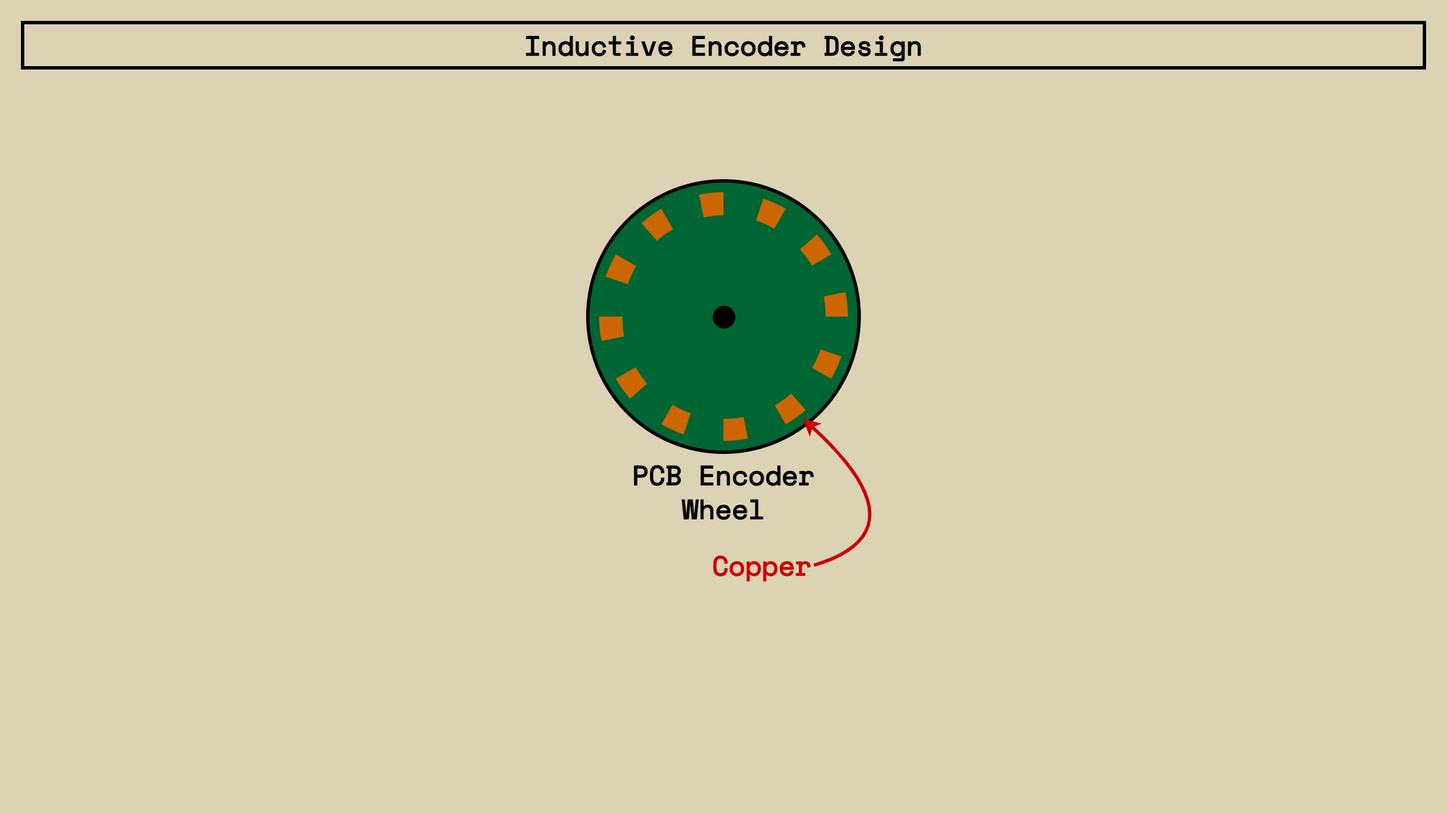
Before: diagrams/episode 1/episode 1-inductive encoder idea.drawio.png, a diagram exported from draw.io (jay-maybe/robot). Source tidied: cells renumbered, new cells last; positions are measured from the earlier drawing's top-left corner, leaving out a move shared by most shapes.
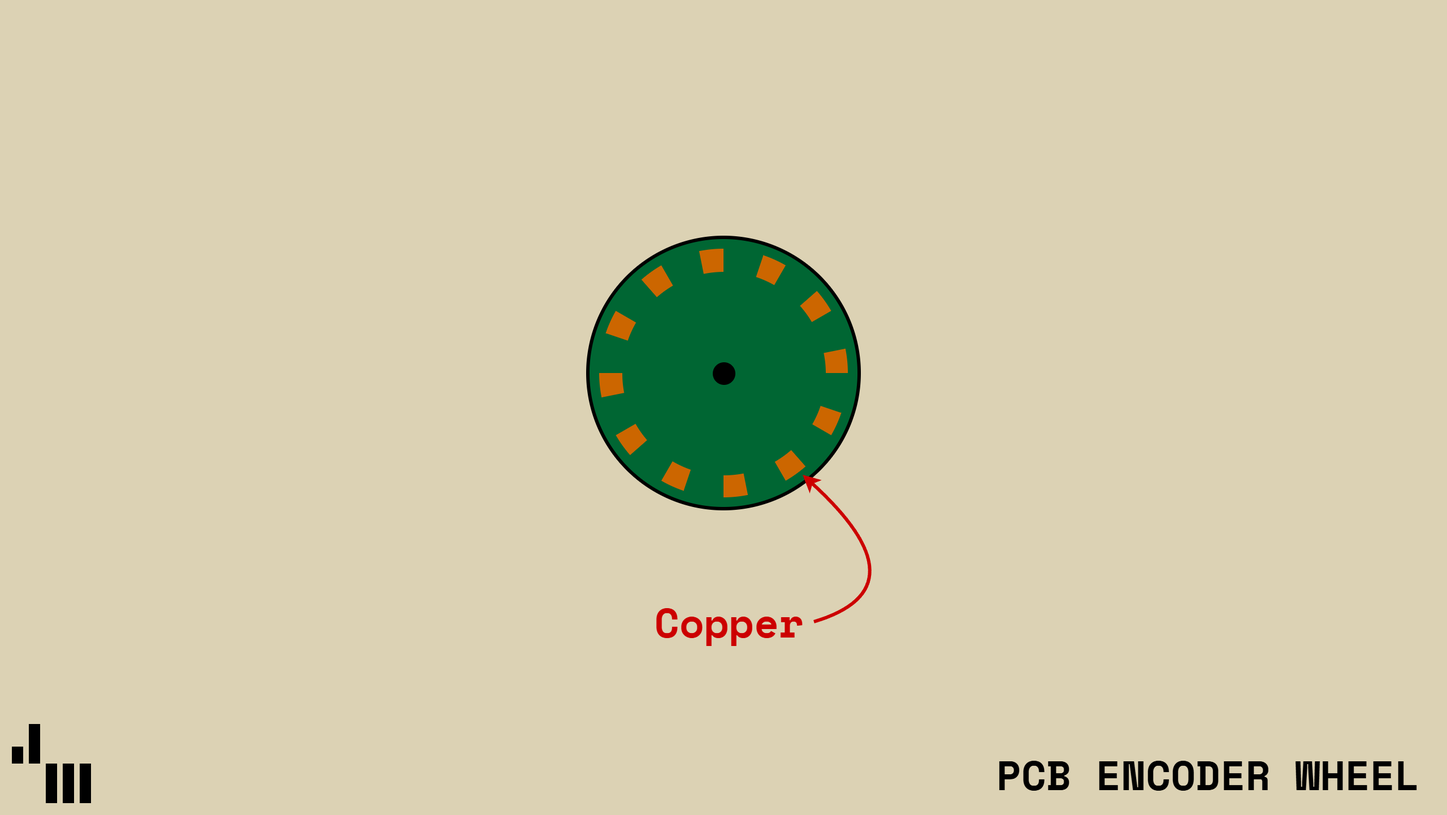
After the commit.

The edit, as a diff of the source:
```diff
@@ -2,9 +2,6 @@
   <root>
     <mxCell id="0" />
     <mxCell id="1" parent="0" />
-    <mxCell id="2" value="&lt;b&gt;&lt;font face=&quot;Space Mono&quot;&gt;Inductive Encoder Design&lt;/font&gt;&lt;/b&gt;" style="text;html=1;whiteSpace=wrap;strokeColor=default;fillColor=none;align=center;verticalAlign=middle;rounded=0;fontSize=24;strokeWidth=3;" parent="1" vertex="1">
-      <mxGeometry x="20" y="20" width="1240" height="40" as="geometry" />
-    </mxCell>
     <mxCell id="3" style="ellipse;whiteSpace=wrap;html=1;strokeColor=default;strokeWidth=3;fillColor=#006633;" parent="1" vertex="1">
       <mxGeometry x="520" y="160" width="240" height="240" as="geometry" />
     </mxCell>
@@ -44,8 +41,8 @@
     <mxCell id="15" style="verticalLabelPosition=bottom;verticalAlign=top;html=1;shape=mxgraph.basic.pie;startAngle=0.9685835209054994;endAngle=0;strokeColor=none;fillColor=light-dark(#CC6600,#E5E5E5);strokeWidth=3;rotation=-120;" parent="1" vertex="1">
       <mxGeometry x="530" y="170" width="220" height="220" as="geometry" />
     </mxCell>
-    <mxCell id="16" value="&lt;b&gt;&lt;font face=&quot;Space Mono&quot;&gt;PCB Encoder&lt;/font&gt;&lt;/b&gt;&lt;div&gt;&lt;b&gt;&lt;font face=&quot;Space Mono&quot;&gt;Wheel&lt;/font&gt;&lt;/b&gt;&lt;/div&gt;" style="text;html=1;whiteSpace=wrap;strokeColor=none;fillColor=none;align=center;verticalAlign=middle;rounded=0;fontSize=24;" parent="1" vertex="1">
-      <mxGeometry x="520" y="400" width="240" height="70" as="geometry" />
+    <mxCell id="16" value="&lt;font face=&quot;Space Mono&quot;&gt;&lt;span style=&quot;font-size: 36px;&quot;&gt;&lt;b&gt;PCB ENCODER WHEEL&amp;nbsp;&lt;/b&gt;&lt;/span&gt;&lt;/font&gt;" style="text;html=1;whiteSpace=wrap;strokeColor=none;fillColor=none;align=right;verticalAlign=middle;rounded=0;fontSize=24;" parent="1" vertex="1">
+      <mxGeometry x="710" y="600" width="570" height="70" as="geometry" />
     </mxCell>
     <mxCell id="17" style="ellipse;whiteSpace=wrap;html=1;fillColor=light-dark(#006633,#EDEDED);strokeColor=none;" parent="1" vertex="1">
       <mxGeometry x="550" y="190" width="180" height="180" as="geometry" />
@@ -62,14 +59,35 @@
         </Array>
       </mxGeometry>
     </mxCell>
-    <mxCell id="20" value="&lt;b&gt;&lt;font face=&quot;Space Mono&quot; style=&quot;color: rgb(204, 0, 0);&quot;&gt;Copper&lt;/font&gt;&lt;/b&gt;" style="text;html=1;whiteSpace=wrap;strokeColor=none;fillColor=none;align=right;verticalAlign=middle;rounded=0;fontSize=24;" parent="1" vertex="1">
-      <mxGeometry x="600" y="480" width="120" height="40" as="geometry" />
+    <mxCell id="20" value="&lt;b&gt;&lt;font face=&quot;Space Mono&quot; style=&quot;color: rgb(204, 0, 0); font-size: 36px;&quot;&gt;Copper&lt;/font&gt;&lt;/b&gt;" style="text;html=1;whiteSpace=wrap;strokeColor=none;fillColor=none;align=center;verticalAlign=middle;rounded=0;fontSize=24;" parent="1" vertex="1">
+      <mxGeometry x="570" y="480" width="150" height="40" as="geometry" />
     </mxCell>
+    <mxCell id="22" style="rounded=0;whiteSpace=wrap;html=1;fillColor=none;strokeColor=none;" parent="1" vertex="1">
+      <mxGeometry x="1270" y="660" width="10" height="10" as="geometry" />
+    </mxCell>
     <mxCell id="21" style="rounded=0;whiteSpace=wrap;html=1;fillColor=none;strokeColor=none;" parent="1" vertex="1">
-      <mxGeometry width="10" height="10" as="geometry" />
+      <mxGeometry y="-50" width="10" height="10" as="geometry" />
     </mxCell>
-    <mxCell id="22" style="rounded=0;whiteSpace=wrap;html=1;fillColor=none;strokeColor=none;" parent="1" vertex="1">
-      <mxGeometry x="1270" y="710" width="10" height="10" as="geometry" />
-    </mxCell>
+    <mxCell id="23" style="group;" parent="1" vertex="1">
+      <mxGeometry x="10" y="590" width="70" height="70" as="geometry" />
+    </mxCell>
+    <mxCell id="24" style="rounded=0;whiteSpace=wrap;html=1;strokeColor=none;fillColor=#000000;" parent="23" vertex="1">
+      <mxGeometry x="15" width="10" height="35" as="geometry" />
+    </mxCell>
+    <mxCell id="25" style="rounded=0;whiteSpace=wrap;html=1;strokeColor=none;fillColor=#000000;" parent="23" vertex="1">
+      <mxGeometry y="20" width="10" height="15" as="geometry" />
+    </mxCell>
+    <mxCell id="26" style="rounded=0;whiteSpace=wrap;html=1;strokeColor=none;fillColor=#000000;" parent="23" vertex="1">
+      <mxGeometry x="30" y="35" width="10" height="35" as="geometry" />
+    </mxCell>
+    <mxCell id="27" style="rounded=0;whiteSpace=wrap;html=1;strokeColor=none;fillColor=#000000;" parent="23" vertex="1">
+      <mxGeometry x="30" y="35" width="10" height="35" as="geometry" />
+    </mxCell>
+    <mxCell id="28" style="rounded=0;whiteSpace=wrap;html=1;strokeColor=none;fillColor=#000000;" parent="23" vertex="1">
+      <mxGeometry x="60" y="35" width="10" height="35" as="geometry" />
+    </mxCell>
+    <mxCell id="29" style="rounded=0;whiteSpace=wrap;html=1;strokeColor=none;fillColor=#000000;" parent="23" vertex="1">
+      <mxGeometry x="45" y="35" width="10" height="35" as="geometry" />
+    </mxCell>
   </root>
 </mxGraphModel>
```
